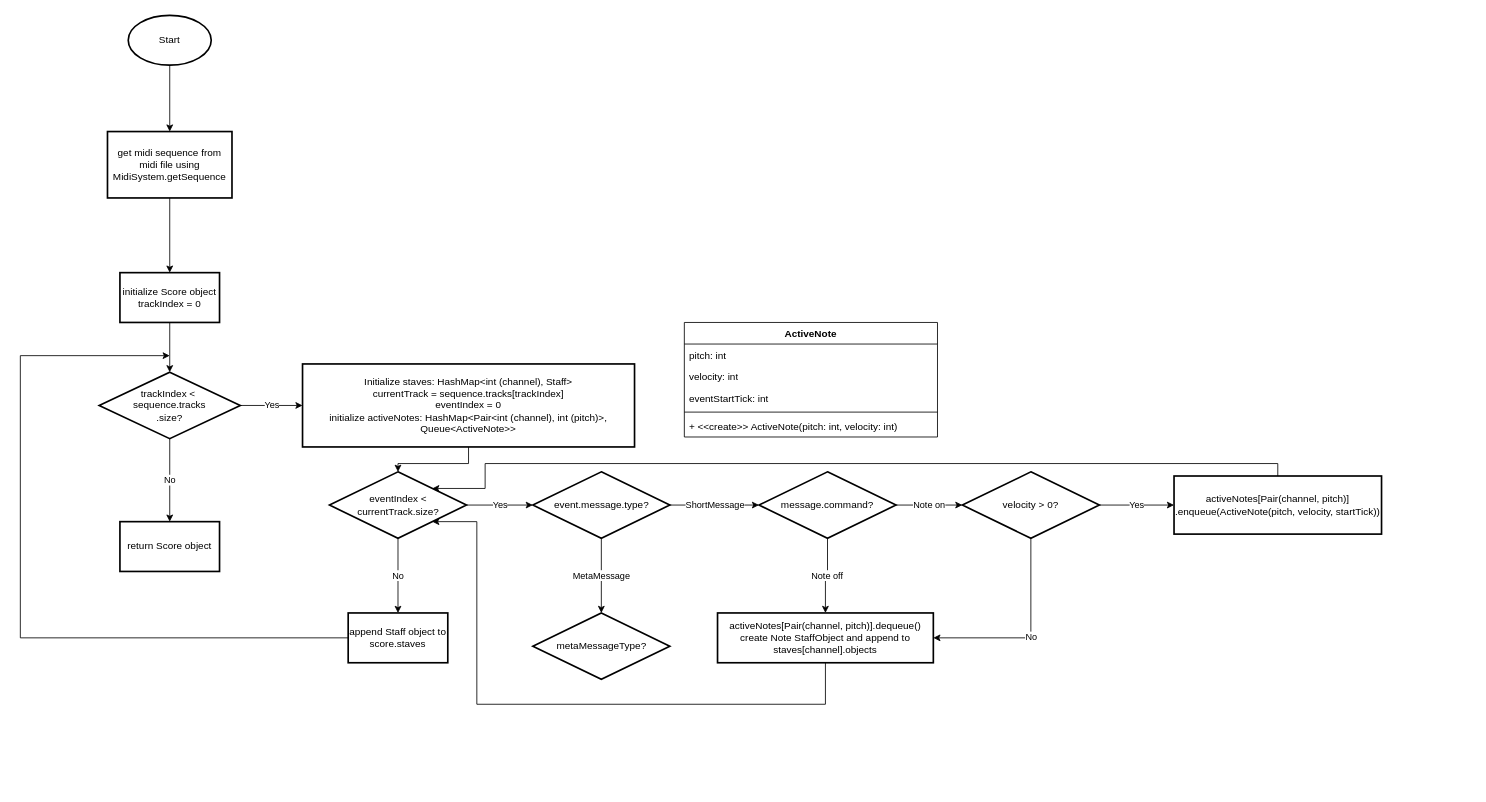
The draw.io diagram docs/flowcharts/4 midi parse algorithm.drawio in Bingergie/midi2musicxml, before the edit. Source tidied: cells renumbered, new cells numbered last; positions are measured from the earlier drawing's top-left corner, leaving out a move shared by most shapes. Both pictures are drawn from the tidied source at 83%, with x=0, y=0 at pixel (20, 15).
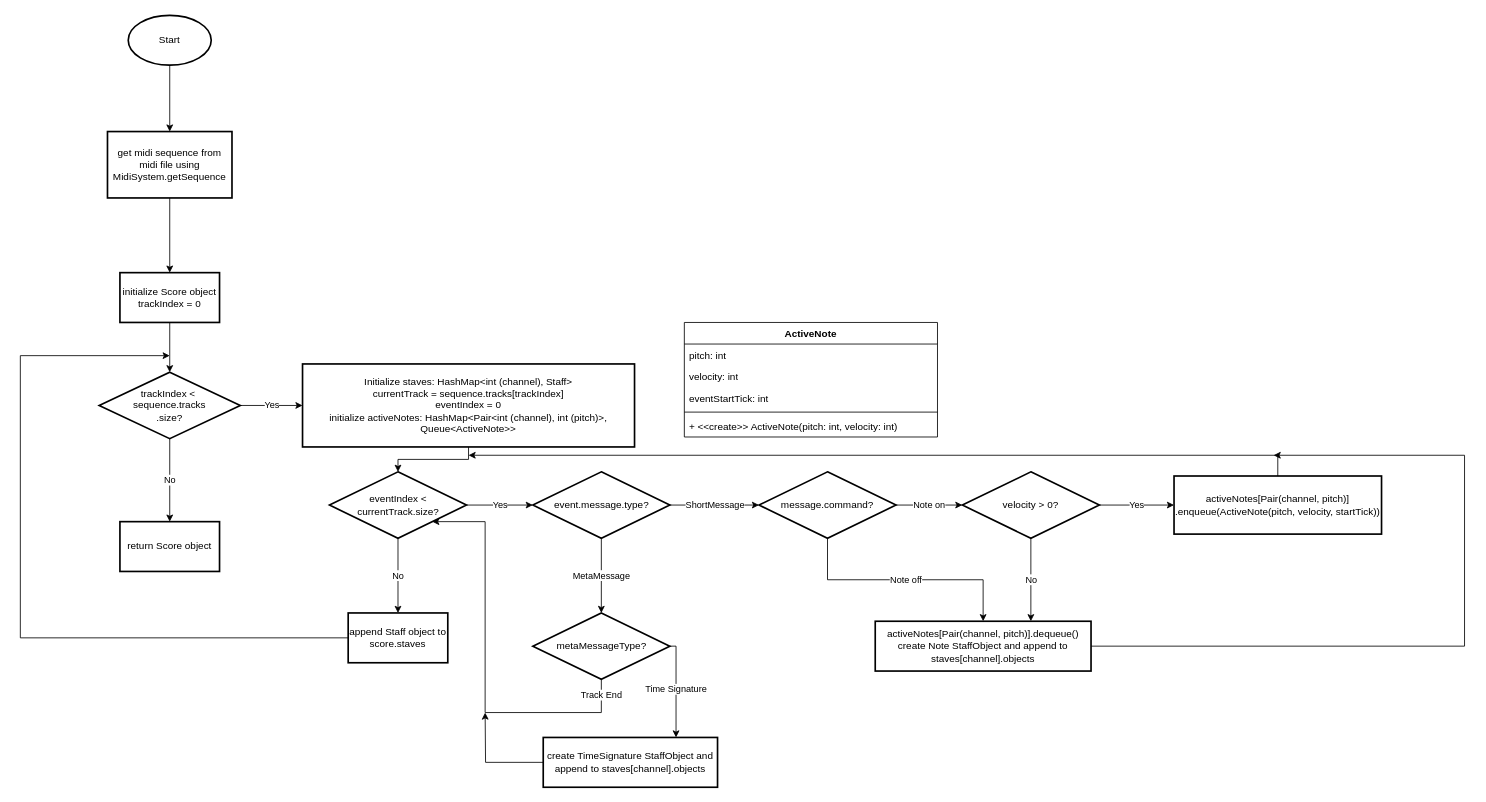
After the change.

Unchanged cells that the change refers to:
```xml
<mxCell id="12" value="Initialize staves: HashMap&amp;lt;int (channel), Staff&amp;gt;&lt;div&gt;&lt;div&gt;&lt;div&gt;currentTrack = sequence.tracks[trackIndex]&lt;br&gt;&lt;div&gt;eventIndex = 0&lt;/div&gt;&lt;/div&gt;&lt;div&gt;initialize activeNotes: HashMap&amp;lt;Pair&amp;lt;int (channel), int (pitch)&amp;gt;, Queue&amp;lt;ActiveNote&amp;gt;&amp;gt;&lt;/div&gt;&lt;/div&gt;&lt;/div&gt;" style="whiteSpace=wrap;html=1;strokeWidth=2;" parent="1" vertex="1">
  <mxGeometry x="340" y="420" width="400" height="100" as="geometry" />
</mxCell>
<mxCell id="16" value="eventIndex &amp;lt; currentTrack.size?" style="rhombus;whiteSpace=wrap;html=1;strokeWidth=2;" parent="1" vertex="1">
  <mxGeometry x="372.5" y="550" width="165" height="80" as="geometry" />
</mxCell>
<mxCell id="25" value="&lt;div&gt;metaMessageType?&lt;/div&gt;" style="rhombus;whiteSpace=wrap;html=1;strokeWidth=2;" parent="1" vertex="1">
  <mxGeometry x="617.5" y="720" width="165" height="80" as="geometry" />
</mxCell>
<mxCell id="29" value="activeNotes[Pair(channel, pitch)]&lt;div&gt;.enqueue(ActiveNote(pitch, velocity, startTick))&lt;/div&gt;" style="whiteSpace=wrap;html=1;strokeWidth=2;" parent="1" vertex="1">
  <mxGeometry x="1390" y="555" width="250" height="70" as="geometry" />
</mxCell>
```

The edit, as a diff of the source:
```diff
@@
     <mxCell id="11" style="edgeStyle=orthogonalEdgeStyle;rounded=0;jettySize=auto;html=1;" parent="1" edge="1" source="12" target="16">
-      <mxGeometry relative="1" as="geometry" />
+      <mxGeometry relative="1" as="geometry">
+        <Array as="points">
+          <mxPoint x="540" y="535" />
+          <mxPoint x="455" y="535" />
+        </Array>
+      </mxGeometry>
     </mxCell>
@@
+    <mxCell id="39" value="Track End" style="edgeStyle=orthogonalEdgeStyle;rounded=0;jettySize=auto;html=1;" parent="1" edge="1" source="25" target="16">
+      <mxGeometry x="-0.92" relative="1" as="geometry">
+        <Array as="points">
+          <mxPoint x="700" y="840" />
+          <mxPoint x="560" y="840" />
+          <mxPoint x="560" y="610" />
+        </Array>
+      </mxGeometry>
+    </mxCell>
+    <mxCell id="40" value="Time Signature" style="edgeStyle=orthogonalEdgeStyle;rounded=0;jettySize=auto;html=1;" parent="1" edge="1" source="25" target="42">
+      <mxGeometry relative="1" as="geometry">
+        <Array as="points">
+          <mxPoint x="790" y="760" />
+        </Array>
+      </mxGeometry>
+    </mxCell>
@@
-    <mxCell id="28" style="edgeStyle=orthogonalEdgeStyle;rounded=0;jettySize=auto;html=1;entryX=1;entryY=0;entryDx=0;entryDy=0;" parent="1" edge="1" source="29" target="16">
+    <mxCell id="28" style="edgeStyle=orthogonalEdgeStyle;rounded=0;jettySize=auto;html=1;" parent="1" edge="1" source="29">
       <mxGeometry relative="1" as="geometry">
+        <mxPoint x="540" y="530" as="targetPoint" />
         <Array as="points">
-          <mxPoint x="1515" y="540" />
-          <mxPoint x="560" y="540" />
-          <mxPoint x="560" y="570" />
+          <mxPoint x="1515" y="530" />
         </Array>
       </mxGeometry>
     </mxCell>
@@
-    <mxCell id="30" style="edgeStyle=orthogonalEdgeStyle;rounded=0;jettySize=auto;html=1;entryX=1;entryY=1;entryDx=0;entryDy=0;" parent="1" edge="1" source="31" target="16">
+    <mxCell id="30" style="edgeStyle=orthogonalEdgeStyle;rounded=0;jettySize=auto;html=1;" parent="1" edge="1" source="31">
       <mxGeometry relative="1" as="geometry">
+        <mxPoint x="1510" y="530" as="targetPoint" />
         <Array as="points">
-          <mxPoint x="970" y="830" />
-          <mxPoint x="550" y="830" />
-          <mxPoint x="550" y="610" />
+          <mxPoint x="1740" y="760" />
+          <mxPoint x="1740" y="530" />
         </Array>
       </mxGeometry>
     </mxCell>
     <mxCell id="31" value="activeNotes[Pair(channel, pitch)].dequeue()&lt;div&gt;create Note StaffObject and append to staves[channel].objects&lt;/div&gt;" style="whiteSpace=wrap;html=1;strokeWidth=2;" parent="1" vertex="1">
-      <mxGeometry x="840" y="720" width="260" height="60" as="geometry" />
+      <mxGeometry x="1030" y="730" width="260" height="60" as="geometry" />
     </mxCell>
@@
+    <mxCell id="41" style="edgeStyle=orthogonalEdgeStyle;rounded=0;jettySize=auto;html=1;" parent="1" edge="1" source="42">
+      <mxGeometry relative="1" as="geometry">
+        <mxPoint x="560" y="840" as="targetPoint" />
+      </mxGeometry>
+    </mxCell>
+    <mxCell id="42" value="create TimeSignature StaffObject and append to staves[channel].objects" style="whiteSpace=wrap;html=1;strokeWidth=2;" parent="1" vertex="1">
+      <mxGeometry x="630" y="870" width="210" height="60" as="geometry" />
+    </mxCell>
```
